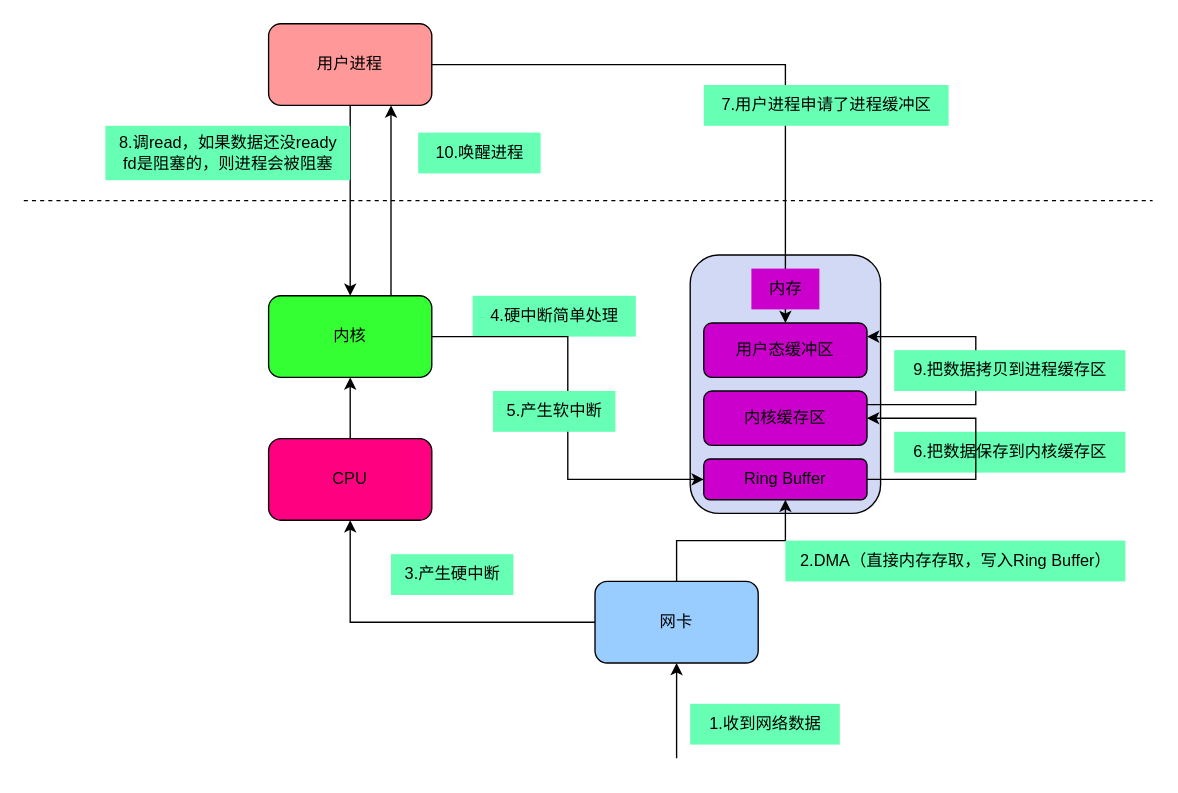
This is page "收包流程" (1 of 2) of 未命名绘图.drawio from lovercode/drawio, a draw.io file, before an edit. Source tidied: cells renumbered, new cells numbered last; positions are measured from the earlier drawing's top-left corner, leaving out a move shared by most shapes. Both pictures are drawn from the tidied source at 136%, with x=0, y=0 at pixel (23, 23).
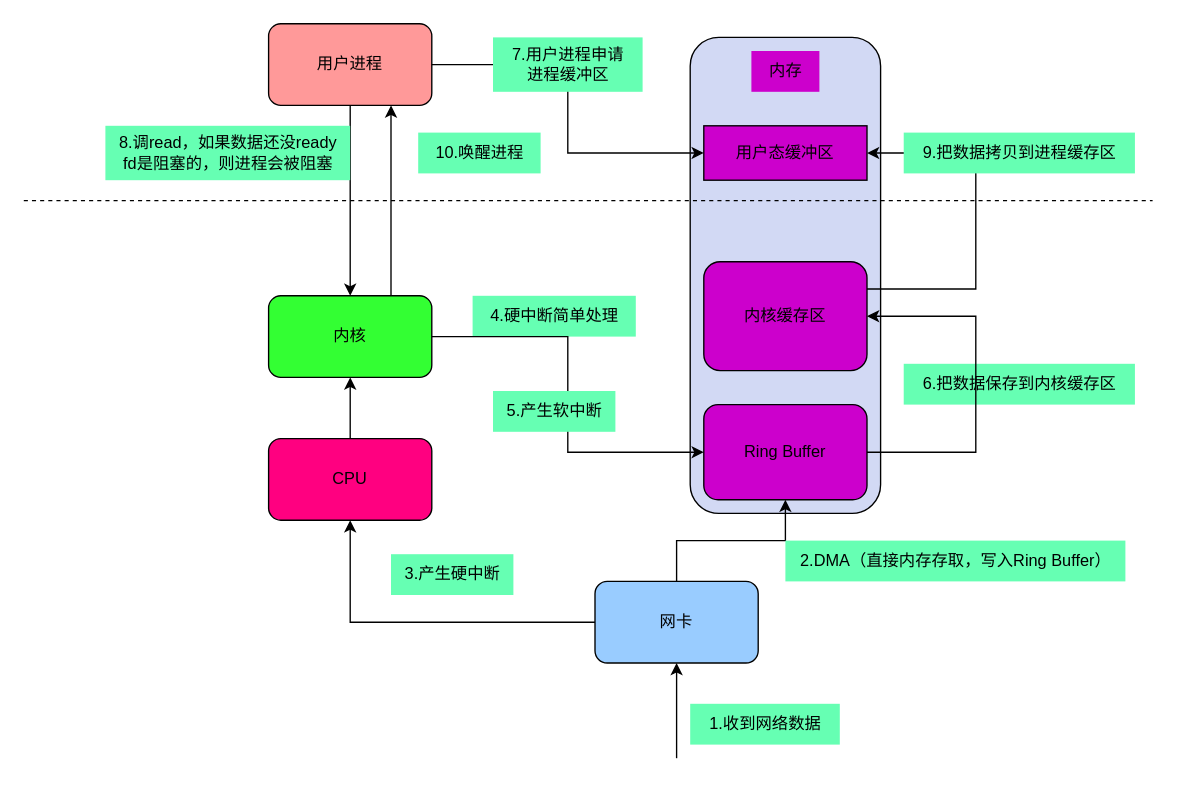
The same diagram, later.

Commit message:
更新未命名绘图.drawio

Unchanged cells that the change refers to:
```xml
<mxCell id="5" value="用户进程" style="rounded=1;whiteSpace=wrap;html=1;fillColor=#FF9999;" parent="1" vertex="1">
  <mxGeometry x="180" width="120" height="60" as="geometry" />
</mxCell>
```

What changed in the source:
```diff
@@
     <mxCell id="2" value="6.把数据保存到内核缓存区" style="text;html=1;align=center;verticalAlign=middle;strokeColor=none;fillColor=#66FFB3;" parent="1" vertex="1">
-      <mxGeometry x="640" y="300" width="170" height="30" as="geometry" />
+      <mxGeometry x="647" y="250" width="170" height="30" as="geometry" />
     </mxCell>
@@
     <mxCell id="14" style="rounded=1;whiteSpace=wrap;html=1;fillColor=#d2d9f4;" parent="1" vertex="1">
-      <mxGeometry x="490" y="170" width="140" height="190" as="geometry" />
+      <mxGeometry x="490" y="10" width="140" height="350" as="geometry" />
     </mxCell>
     <mxCell id="15" style="edgeStyle=orthogonalEdgeStyle;rounded=0;jettySize=auto;html=1;exitX=1;exitY=0.5;exitDx=0;exitDy=0;entryX=1;entryY=0.5;entryDx=0;entryDy=0;" parent="1" edge="1" source="16" target="18">
       <mxGeometry relative="1" as="geometry">
         <Array as="points">
-          <mxPoint x="700" y="335" />
-          <mxPoint x="700" y="290" />
+          <mxPoint x="700" y="315" />
+          <mxPoint x="700" y="215" />
         </Array>
       </mxGeometry>
     </mxCell>
     <mxCell id="16" value="Ring Buffer" style="rounded=1;whiteSpace=wrap;html=1;fillColor=#CC00CC;" parent="1" vertex="1">
-      <mxGeometry x="500" y="320" width="120" height="30" as="geometry" />
+      <mxGeometry x="500" y="280" width="120" height="70" as="geometry" />
     </mxCell>
-    <mxCell id="17" style="edgeStyle=orthogonalEdgeStyle;rounded=0;jettySize=auto;html=1;exitX=1;exitY=0.25;exitDx=0;exitDy=0;entryX=1;entryY=0.25;entryDx=0;entryDy=0;" parent="1" edge="1" source="18" target="23">
+    <mxCell id="17" style="edgeStyle=orthogonalEdgeStyle;rounded=0;jettySize=auto;html=1;exitX=1;exitY=0.25;exitDx=0;exitDy=0;entryX=1;entryY=0.5;entryDx=0;entryDy=0;" parent="1" edge="1" source="18" target="23">
       <mxGeometry relative="1" as="geometry">
         <Array as="points">
-          <mxPoint x="700" y="280" />
-          <mxPoint x="700" y="230" />
+          <mxPoint x="700" y="195" />
+          <mxPoint x="700" y="95" />
         </Array>
       </mxGeometry>
     </mxCell>
     <mxCell id="18" value="内核缓存区" style="rounded=1;whiteSpace=wrap;html=1;fillColor=#cc00cc;" parent="1" vertex="1">
-      <mxGeometry x="500" y="270" width="120" height="40" as="geometry" />
+      <mxGeometry x="500" y="175" width="120" height="80" as="geometry" />
     </mxCell>
@@
-    <mxCell id="23" value="用户态缓冲区" style="rounded=1;whiteSpace=wrap;html=1;fillColor=#cc00cc;" parent="1" vertex="1">
-      <mxGeometry x="500" y="220" width="120" height="40" as="geometry" />
+    <mxCell id="23" value="用户态缓冲区" style="rounded=1;whiteSpace=wrap;html=1;fillColor=#cc00cc;arcSize=0;" parent="1" vertex="1">
+      <mxGeometry x="500" y="75" width="120" height="40" as="geometry" />
     </mxCell>
     <mxCell id="24" value="9.把数据拷贝到进程缓存区" style="text;html=1;align=center;verticalAlign=middle;strokeColor=none;fillColor=#66FFB3;" parent="1" vertex="1">
-      <mxGeometry x="640" y="240" width="170" height="30" as="geometry" />
+      <mxGeometry x="647" y="80" width="170" height="30" as="geometry" />
     </mxCell>
-    <mxCell id="25" style="edgeStyle=orthogonalEdgeStyle;rounded=0;jettySize=auto;html=1;exitX=1;exitY=0.5;exitDx=0;exitDy=0;entryX=0.5;entryY=0;entryDx=0;entryDy=0;" parent="1" edge="1" source="5" target="23">
-      <mxGeometry relative="1" as="geometry" />
-    </mxCell>
@@
+    <mxCell id="31" value="5.产生软中断" style="text;html=1;align=center;verticalAlign=middle;strokeColor=none;fillColor=#66FFB3;" parent="1" vertex="1">
+      <mxGeometry x="345" y="270" width="90" height="30" as="geometry" />
+    </mxCell>
+    <mxCell id="25" style="edgeStyle=orthogonalEdgeStyle;rounded=0;jettySize=auto;html=1;exitX=1;exitY=0.5;exitDx=0;exitDy=0;entryX=0;entryY=0.5;entryDx=0;entryDy=0;" parent="1" edge="1" source="5" target="23">
+      <mxGeometry relative="1" as="geometry" />
+    </mxCell>
     <mxCell id="29" value="内存" style="text;html=1;align=center;verticalAlign=middle;strokeColor=none;fillColor=#cc00cc;" parent="1" vertex="1">
-      <mxGeometry x="535" y="180" width="50" height="30" as="geometry" />
+      <mxGeometry x="535" y="20" width="50" height="30" as="geometry" />
     </mxCell>
-    <mxCell id="30" value="7.用户进程申请了进程缓冲区" style="text;html=1;align=center;verticalAlign=middle;strokeColor=none;fillColor=#66FFB3;" parent="1" vertex="1">
-      <mxGeometry x="500" y="45" width="180" height="30" as="geometry" />
+    <mxCell id="30" value="7.用户进程申请&lt;br&gt;进程缓冲区" style="text;html=1;align=center;verticalAlign=middle;strokeColor=none;fillColor=#66FFB3;" parent="1" vertex="1">
+      <mxGeometry x="345" y="10" width="110" height="40" as="geometry" />
     </mxCell>
-    <mxCell id="31" value="5.产生软中断" style="text;html=1;align=center;verticalAlign=middle;strokeColor=none;fillColor=#66FFB3;" parent="1" vertex="1">
-      <mxGeometry x="345" y="270" width="90" height="30" as="geometry" />
-    </mxCell>
```
